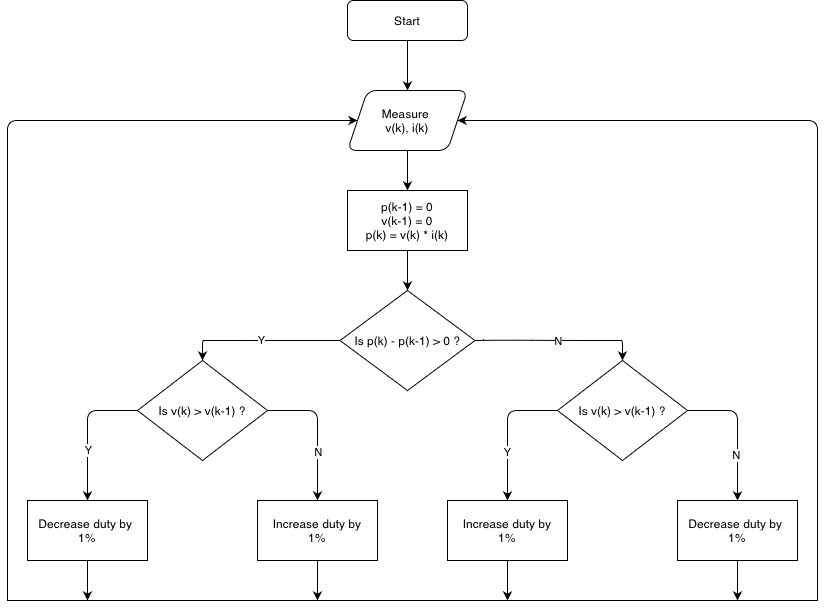
petraratkai/Mars_Rover keeps this draw.io diagram as MPPT.png. Above is the earlier version. Source tidied: cells renumbered, new cells last; positions are measured from the earlier drawing's top-left corner, leaving out a move shared by most shapes.
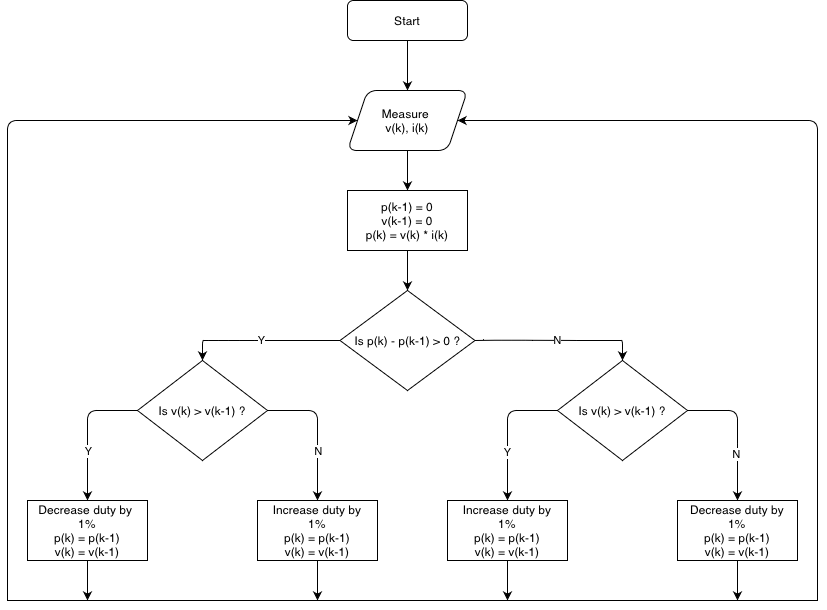
The same file after the commit.

What changed in the source:
```diff
@@ -58,7 +58,7 @@
         <mxPoint x="1" as="offset" />
       </mxGeometry>
     </mxCell>
-    <mxCell id="13" value="Decrease duty by&amp;nbsp;&lt;br&gt;1%" style="rounded=0;whiteSpace=wrap;html=1;" parent="1" vertex="1">
+    <mxCell id="13" value="Decrease duty by&amp;nbsp;&lt;br&gt;1%&lt;br&gt;p(k) = p(k-1)&lt;br&gt;v(k) = v(k-1)" style="rounded=0;whiteSpace=wrap;html=1;" parent="1" vertex="1">
       <mxGeometry x="20" y="500" width="120" height="60" as="geometry" />
     </mxCell>
     <mxCell id="14" style="endArrow=classic;html=1;entryX=0.5;entryY=0;entryDx=0;entryDy=0;exitX=0;exitY=0.5;exitDx=0;exitDy=0;" parent="1" edge="1" source="9" target="13">
@@ -74,7 +74,7 @@
         <mxPoint x="4" y="9" as="offset" />
       </mxGeometry>
     </mxCell>
-    <mxCell id="16" value="Increase duty by&lt;br&gt;1%" style="rounded=0;whiteSpace=wrap;html=1;" parent="1" vertex="1">
+    <mxCell id="16" value="Increase duty by&lt;br&gt;1%&lt;br&gt;p(k) = p(k-1)&lt;br&gt;v(k) = v(k-1)" style="rounded=0;whiteSpace=wrap;html=1;" parent="1" vertex="1">
       <mxGeometry x="250" y="500" width="120" height="60" as="geometry" />
     </mxCell>
     <mxCell id="17" style="endArrow=classic;html=1;entryX=0.5;entryY=0;entryDx=0;entryDy=0;exitX=1;exitY=0.5;exitDx=0;exitDy=0;" parent="1" edge="1" source="9" target="16">
@@ -93,7 +93,7 @@
     <mxCell id="19" value="Is v(k) &amp;gt; v(k-1) ?" style="rhombus;whiteSpace=wrap;html=1;rounded=0;" parent="1" vertex="1">
       <mxGeometry x="550" y="360" width="130" height="100" as="geometry" />
     </mxCell>
-    <mxCell id="20" value="Increase duty by&lt;br&gt;1%" style="rounded=0;whiteSpace=wrap;html=1;" parent="1" vertex="1">
+    <mxCell id="20" value="Increase duty by&lt;br&gt;1%&lt;br&gt;p(k) = p(k-1)&lt;br&gt;v(k) = v(k-1)" style="rounded=0;whiteSpace=wrap;html=1;" parent="1" vertex="1">
       <mxGeometry x="440" y="500" width="120" height="60" as="geometry" />
     </mxCell>
     <mxCell id="21" style="endArrow=classic;html=1;entryX=0.5;entryY=0;entryDx=0;entryDy=0;exitX=0;exitY=0.5;exitDx=0;exitDy=0;" parent="1" edge="1" source="19" target="20">
@@ -106,7 +106,7 @@
     <mxCell id="22" value="Y" style="edgeLabel;html=1;align=center;verticalAlign=middle;" parent="21" vertex="1">
       <mxGeometry x="0.31" y="-1" relative="1" as="geometry" />
     </mxCell>
-    <mxCell id="23" value="Decrease duty by&amp;nbsp;&lt;br&gt;1%" style="rounded=0;whiteSpace=wrap;html=1;" parent="1" vertex="1">
+    <mxCell id="23" value="Decrease duty by&lt;br&gt;1%&lt;br&gt;p(k) = p(k-1)&lt;br&gt;v(k) = v(k-1)" style="rounded=0;whiteSpace=wrap;html=1;" parent="1" vertex="1">
       <mxGeometry x="670" y="500" width="120" height="60" as="geometry" />
     </mxCell>
     <mxCell id="24" style="endArrow=classic;html=1;entryX=0.5;entryY=0;entryDx=0;entryDy=0;exitX=1;exitY=0.5;exitDx=0;exitDy=0;" parent="1" edge="1" source="19" target="23">
```
